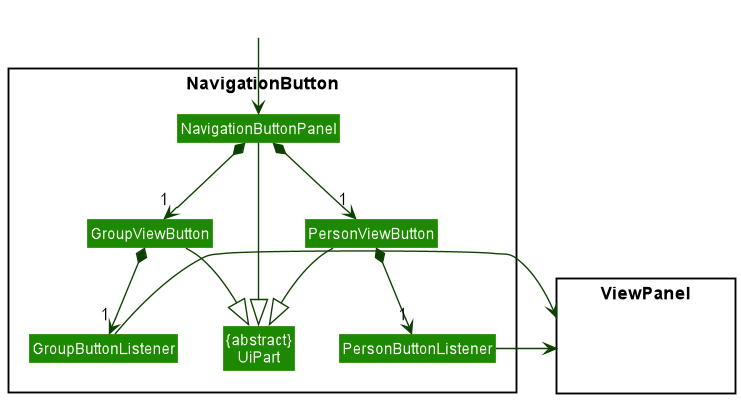
Earlier version of the PlantUML export docs/images/UiNavigationButtonDiagram.png (ramapriyan912001/tp). The source it was exported from:
```plantuml
@startuml
!include style.puml
skinparam arrowThickness 1.1
skinparam arrowColor UI_COLOR_T4
skinparam classBackgroundColor UI_COLOR

package NavigationButton <<Rectangle>>{
Class "{abstract}\nUiPart" as UiPart
Class NavigationButtonPanel
Class GroupViewButton
Class PersonViewButton
Class PersonButtonListener
Class GroupButtonListener
}

package ViewPanel <<Rectangle>> {
Class HiddenLogic #FFFFFF
}

Class HiddenOutside #FFFFFF
HiddenOutside --> NavigationButtonPanel

GroupViewButton *--> "1" GroupButtonListener
PersonViewButton *--> "1" PersonButtonListener

NavigationButtonPanel *--> "1" GroupViewButton
NavigationButtonPanel *--> "1" PersonViewButton

PersonButtonListener -right-> ViewPanel
GroupButtonListener -left-> ViewPanel

NavigationButtonPanel --|> UiPart
GroupViewButton --|> UiPart
PersonViewButton --|> UiPart
@enduml
```
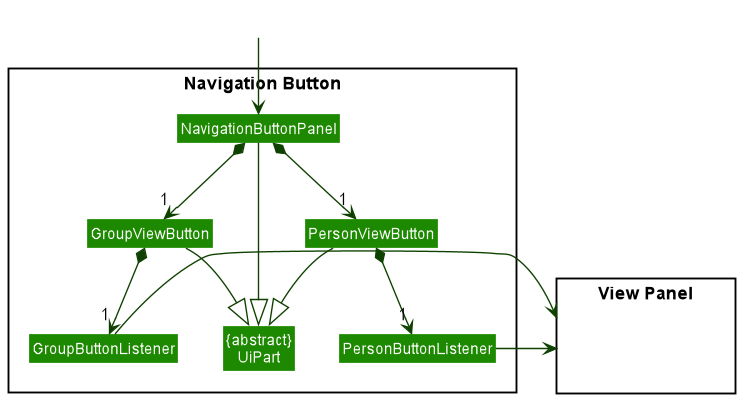
Later version of the same file.

Commit message:
Update class diagram

The edit, as a diff of the source:
```diff
@@ -4,7 +4,7 @@
 skinparam arrowColor UI_COLOR_T4
 skinparam classBackgroundColor UI_COLOR
 
-package NavigationButton <<Rectangle>>{
+package "Navigation Button" <<Rectangle>>{
 Class "{abstract}\nUiPart" as UiPart
 Class NavigationButtonPanel
 Class GroupViewButton
@@ -13,7 +13,7 @@
 Class GroupButtonListener
 }
 
-package ViewPanel <<Rectangle>> {
+package "View Panel" <<Rectangle>> {
 Class HiddenLogic #FFFFFF
 }
 
@@ -26,8 +26,8 @@
 NavigationButtonPanel *--> "1" GroupViewButton
 NavigationButtonPanel *--> "1" PersonViewButton
 
-PersonButtonListener -right-> ViewPanel
-GroupButtonListener -left-> ViewPanel
+PersonButtonListener -right-> "View Panel"
+GroupButtonListener -left-> "View Panel"
 
 NavigationButtonPanel --|> UiPart
 GroupViewButton --|> UiPart
```
